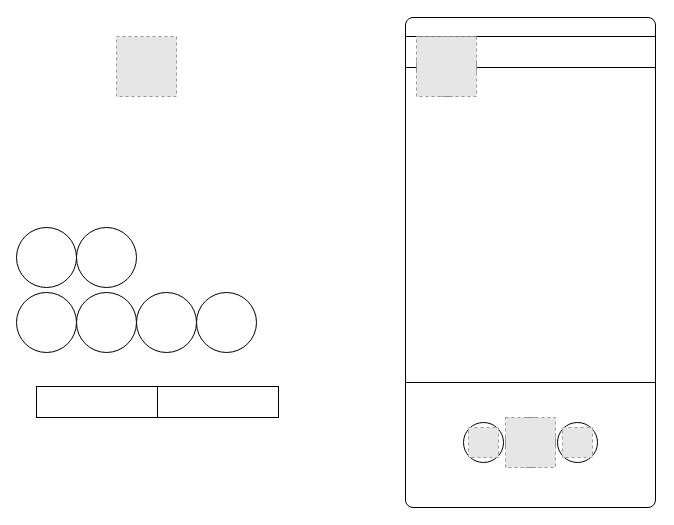
This is page "Room Music View" (4 of 5) of Music Flow.drawio from CorpDK/Drawing, a draw.io file, before an edit. Source tidied: cells renumbered, new cells numbered last; positions are measured from the earlier drawing's top-left corner, leaving out a move shared by most shapes. Both pictures are drawn from the tidied source at 100%, with x=0, y=0 at pixel (16, 17). Pictures stored in the file or linked from it are replaced by grey dashed boxes.
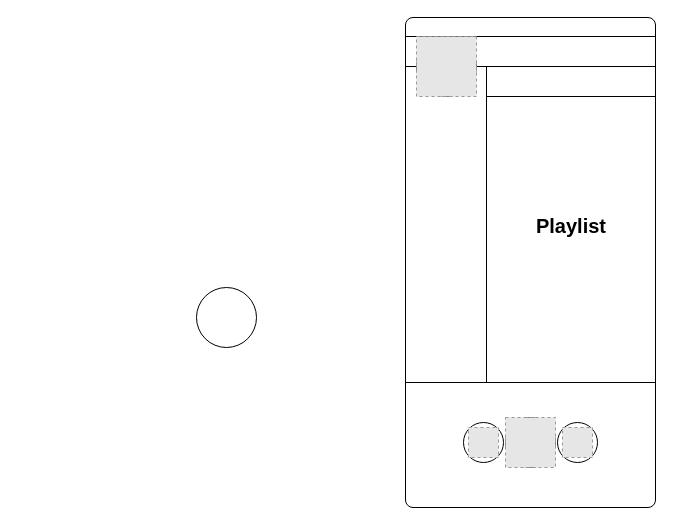
After the change.

Change to the diagram source:
```diff
@@
     <mxCell id="4" style="rounded=0;whiteSpace=wrap;html=1;" parent="1" vertex="1">
-      <mxGeometry x="389" y="19" width="250" height="31" as="geometry" />
+      <mxGeometry x="389" y="19" width="250" height="30" as="geometry" />
     </mxCell>
-    <mxCell id="5" style="rounded=0;whiteSpace=wrap;html=1;" parent="1" vertex="1">
-      <mxGeometry x="20" y="369" width="121" height="31" as="geometry" />
-    </mxCell>
-    <mxCell id="6" style="rounded=0;whiteSpace=wrap;html=1;" parent="1" vertex="1">
-      <mxGeometry x="141" y="369" width="121" height="31" as="geometry" />
-    </mxCell>
@@
-    <mxCell id="8" style="whiteSpace=wrap;html=1;rounded=1;arcSize=50;" parent="1" vertex="1">
-      <mxGeometry y="210" width="60" height="60" as="geometry" />
-    </mxCell>
-    <mxCell id="9" style="whiteSpace=wrap;html=1;rounded=1;arcSize=50;" parent="1" vertex="1">
-      <mxGeometry x="60" y="210" width="60" height="60" as="geometry" />
-    </mxCell>
@@
     <mxCell id="12" style="whiteSpace=wrap;html=1;rounded=1;arcSize=50;" parent="1" vertex="1">
-      <mxGeometry y="275" width="60" height="60" as="geometry" />
+      <mxGeometry x="180" y="270" width="60" height="60" as="geometry" />
     </mxCell>
-    <mxCell id="13" style="whiteSpace=wrap;html=1;rounded=1;arcSize=50;" parent="1" vertex="1">
-      <mxGeometry x="60" y="275" width="60" height="60" as="geometry" />
-    </mxCell>
-    <mxCell id="14" style="whiteSpace=wrap;html=1;rounded=1;arcSize=50;" parent="1" vertex="1">
-      <mxGeometry x="120" y="275" width="60" height="60" as="geometry" />
-    </mxCell>
-    <mxCell id="15" style="whiteSpace=wrap;html=1;rounded=1;arcSize=50;" parent="1" vertex="1">
-      <mxGeometry x="180" y="275" width="60" height="60" as="geometry" />
-    </mxCell>
@@
-    <mxCell id="22" style="fillColor=#E6E6E6;strokeColor=#999999;dashed=1;html=1;verticalAlign=top;verticalLabelPosition=bottom;labelBackgroundColor=#ffffff;" parent="1" vertex="1">
-      <mxGeometry x="100" y="19" width="60" height="60" as="geometry" />
-    </mxCell>
+    <mxCell id="23" style="rounded=0;whiteSpace=wrap;html=1;fontSize=20;" parent="1" vertex="1">
+      <mxGeometry x="470" y="49" width="169" height="316" as="geometry" />
+    </mxCell>
+    <mxCell id="24" value="Playlist" style="text;html=1;strokeColor=none;fillColor=none;align=center;verticalAlign=middle;whiteSpace=wrap;rounded=0;fontSize=20;fontStyle=1;" parent="1" vertex="1">
+      <mxGeometry x="504.5" y="177.5" width="100" height="60" as="geometry" />
+    </mxCell>
+    <mxCell id="25" style="rounded=0;whiteSpace=wrap;html=1;fontSize=20;" parent="1" vertex="1">
+      <mxGeometry x="470" y="49" width="169" height="30" as="geometry" />
+    </mxCell>
```
